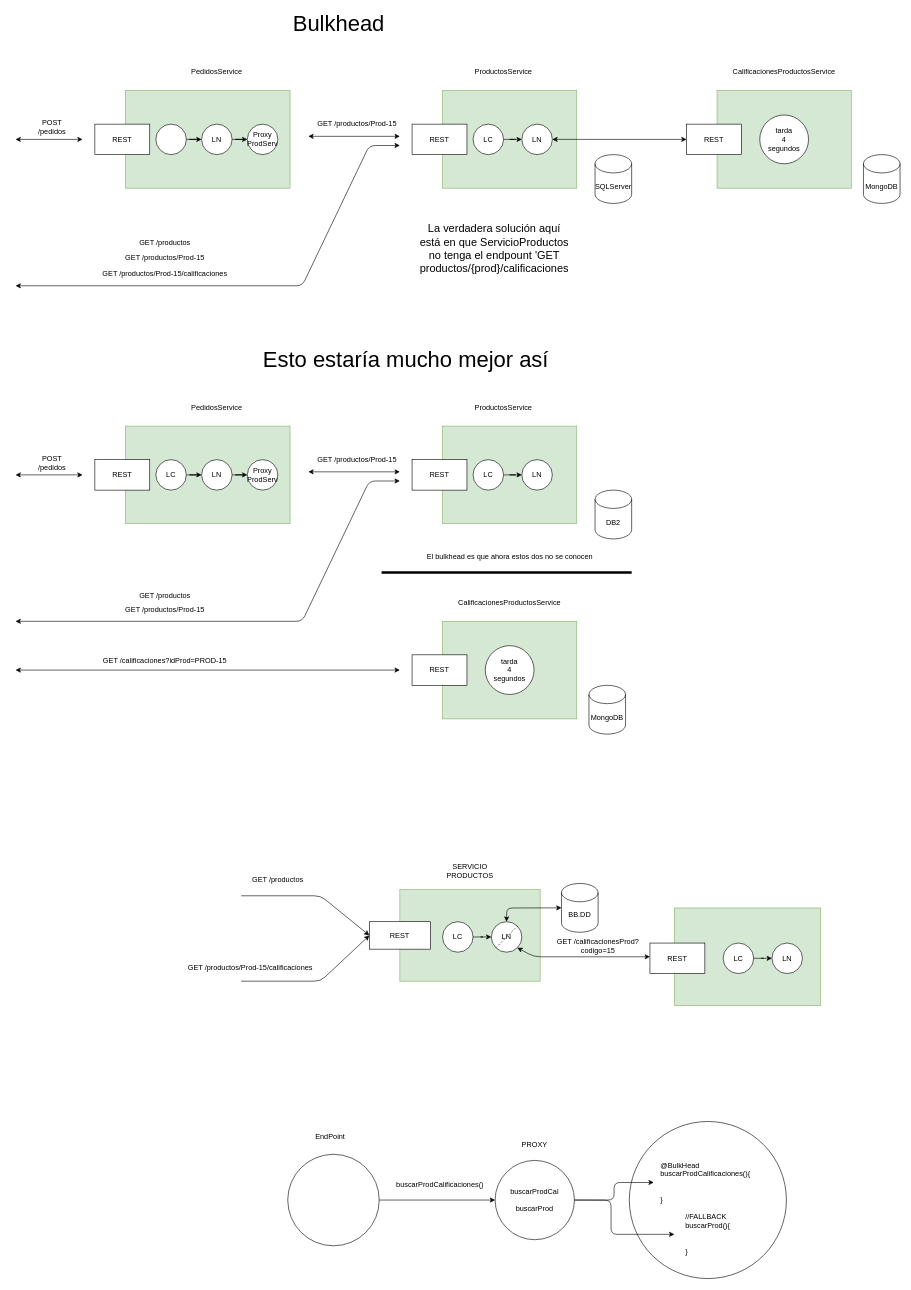
The draw.io diagram page "Página-20" (20 of 39) of patrones_2022_7.drawio in lrag/Patrones, before the edit. Source tidied: cells renumbered, new cells numbered last; positions are measured from the earlier drawing's top-left corner, leaving out a move shared by most shapes. Both pictures are drawn from the tidied source at 61%, with x=0, y=0 at pixel (15, 17).
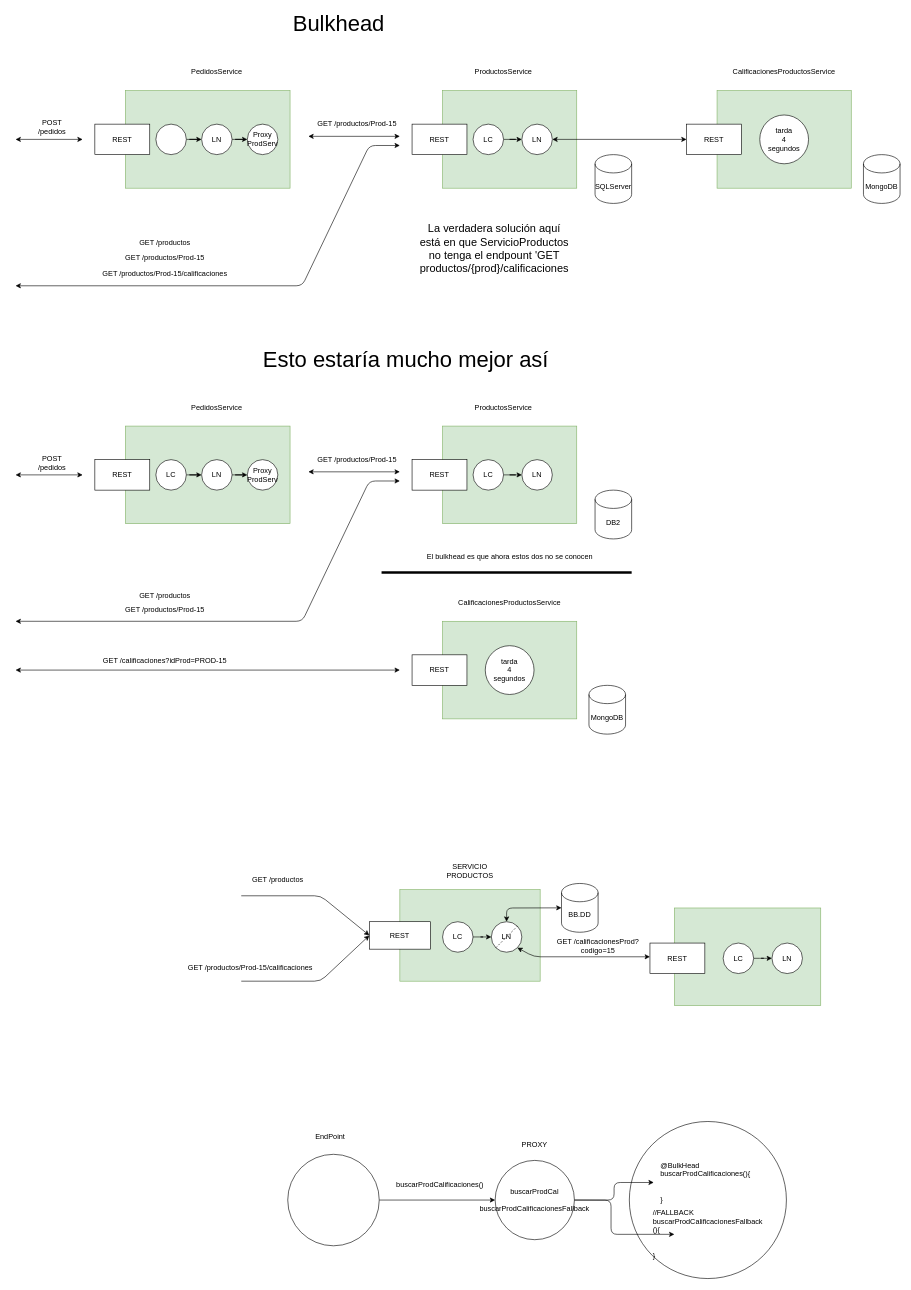
Above is the later version.

The edit, as a diff of the source:
```diff
@@
-    <mxCell id="46" value="&lt;div style=&quot;text-align: left&quot;&gt;&lt;span&gt;//FALLBACK&lt;/span&gt;&lt;/div&gt;&lt;div style=&quot;text-align: left&quot;&gt;&lt;span&gt;buscarProd(){&lt;/span&gt;&lt;/div&gt;&lt;div style=&quot;text-align: left&quot;&gt;&lt;br&gt;&lt;/div&gt;&lt;div style=&quot;text-align: left&quot;&gt;&lt;br&gt;&lt;/div&gt;&lt;div style=&quot;text-align: left&quot;&gt;&lt;span&gt;}&lt;/span&gt;&lt;/div&gt;" style="text;html=1;strokeColor=none;fillColor=none;align=center;verticalAlign=middle;whiteSpace=wrap;rounded=0;" parent="1" vertex="1">
+    <mxCell id="46" value="&lt;div style=&quot;text-align: left&quot;&gt;&lt;span&gt;//FALLBACK&lt;/span&gt;&lt;/div&gt;&lt;span style=&quot;text-align: left;&quot;&gt;buscarProdCalificacionesFallback&lt;/span&gt;&lt;div style=&quot;text-align: left&quot;&gt;&lt;span&gt;(){&lt;/span&gt;&lt;/div&gt;&lt;div style=&quot;text-align: left&quot;&gt;&lt;br&gt;&lt;/div&gt;&lt;div style=&quot;text-align: left&quot;&gt;&lt;br&gt;&lt;/div&gt;&lt;div style=&quot;text-align: left&quot;&gt;&lt;span&gt;}&lt;/span&gt;&lt;/div&gt;" style="text;html=1;strokeColor=none;fillColor=none;align=center;verticalAlign=middle;whiteSpace=wrap;rounded=0;" parent="1" vertex="1">
       <mxGeometry x="1080" y="1960" width="110" height="70" as="geometry" />
     </mxCell>
@@
-    <mxCell id="52" value="buscarProdCal&lt;br&gt;&lt;br&gt;buscarProd" style="ellipse;whiteSpace=wrap;html=1;" parent="1" vertex="1">
+    <mxCell id="52" value="buscarProdCal&lt;br&gt;&lt;br&gt;&lt;span style=&quot;text-align: left;&quot;&gt;buscarProdCalificacionesFallback&lt;/span&gt;" style="ellipse;whiteSpace=wrap;html=1;" parent="1" vertex="1">
       <mxGeometry x="786.2" y="1873.8" width="130" height="130" as="geometry" />
     </mxCell>
```
